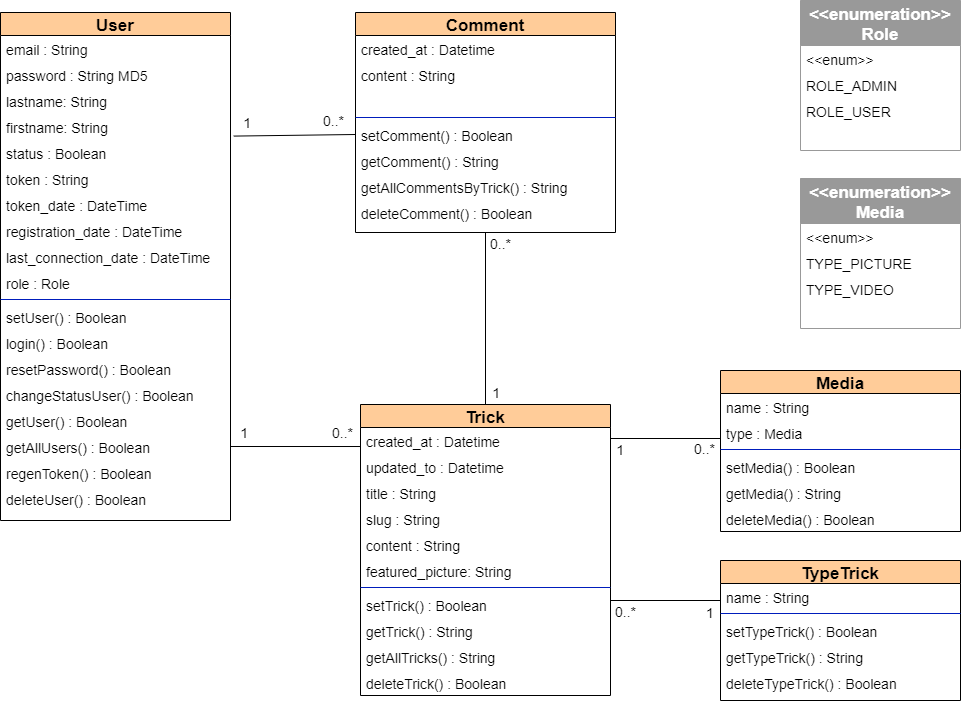
Earlier version of the draw.io export diagrams/P6_UML_DiagrammeClasses.drawio.png (siakamansaly/Community_Website_with_Symfony). Source tidied: cells renumbered, new cells last; positions are measured from the earlier drawing's top-left corner, leaving out a move shared by most shapes.
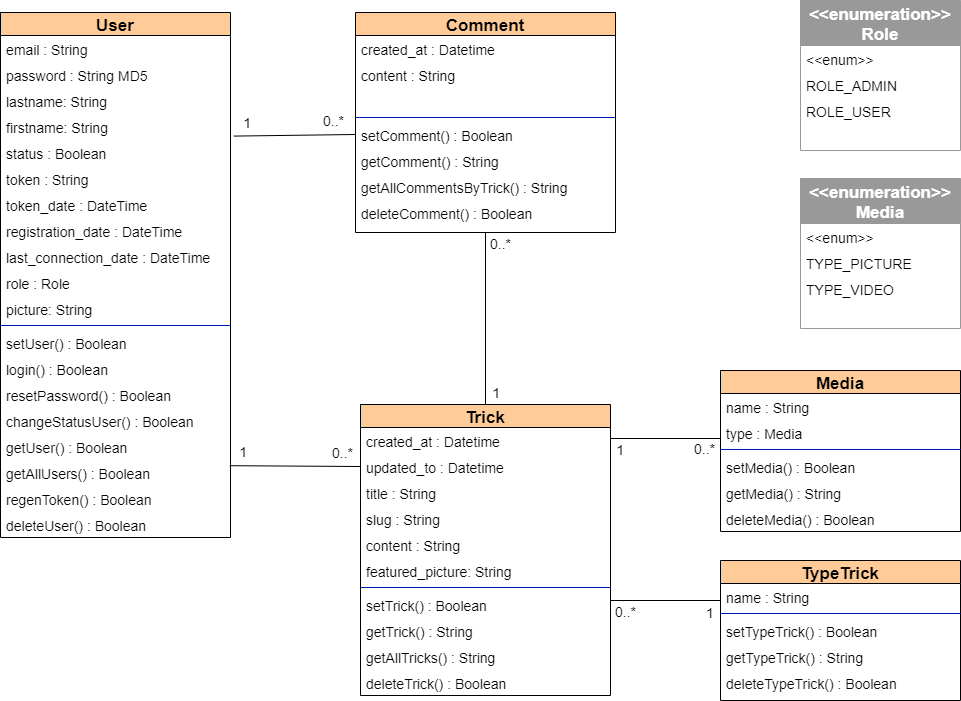
After the change.

What changed in the source:
```diff
@@ -3,7 +3,7 @@
     <mxCell id="0" />
     <mxCell id="1" parent="0" />
     <mxCell id="2" value="User" style="swimlane;fontStyle=1;align=center;verticalAlign=middle;horizontal=1;startSize=23;strokeWidth=1;fontColor=#000000;strokeColor=#000000;fillColor=#FFCC99;spacingTop=-1;spacingLeft=3;spacingRight=3;fontSize=17;" parent="1" vertex="1">
-      <mxGeometry y="12" width="230" height="508" as="geometry" />
+      <mxGeometry y="12" width="230" height="525" as="geometry" />
     </mxCell>
     <mxCell id="3" value="email : String" style="text;align=left;verticalAlign=top;spacingLeft=4;spacingRight=4;overflow=hidden;fontSize=14;" parent="2" vertex="1">
       <mxGeometry y="23" width="230" height="26" as="geometry" />
@@ -35,32 +35,35 @@
     <mxCell id="12" value="role : Role" style="text;align=left;verticalAlign=top;spacingLeft=4;spacingRight=4;overflow=hidden;fontSize=14;" parent="2" vertex="1">
       <mxGeometry y="257" width="230" height="26" as="geometry" />
     </mxCell>
+    <mxCell id="80" value="picture: String" style="text;align=left;verticalAlign=top;spacingLeft=4;spacingRight=4;overflow=hidden;fontSize=14;" parent="2" vertex="1">
+      <mxGeometry y="283" width="230" height="26" as="geometry" />
+    </mxCell>
     <mxCell id="13" style="line;html=1;strokeWidth=1;align=left;verticalAlign=middle;spacingTop=-1;spacingLeft=3;spacingRight=3;labelPosition=right;fontColor=#ffffff;strokeColor=#001DBC;fillColor=#0050ef;fontSize=14;" parent="2" vertex="1">
-      <mxGeometry y="283" width="230" height="8" as="geometry" />
+      <mxGeometry y="309" width="230" height="8" as="geometry" />
     </mxCell>
     <mxCell id="14" value="setUser() : Boolean" style="text;align=left;verticalAlign=top;spacingLeft=4;spacingRight=4;overflow=hidden;fontSize=14;" parent="2" vertex="1">
-      <mxGeometry y="291" width="230" height="26" as="geometry" />
+      <mxGeometry y="317" width="230" height="26" as="geometry" />
     </mxCell>
     <mxCell id="15" value="login() : Boolean" style="text;align=left;verticalAlign=top;spacingLeft=4;spacingRight=4;overflow=hidden;fontSize=14;" parent="2" vertex="1">
-      <mxGeometry y="317" width="230" height="26" as="geometry" />
+      <mxGeometry y="343" width="230" height="26" as="geometry" />
     </mxCell>
     <mxCell id="16" value="resetPassword() : Boolean" style="text;align=left;verticalAlign=top;spacingLeft=4;spacingRight=4;overflow=hidden;fontSize=14;" parent="2" vertex="1">
-      <mxGeometry y="343" width="230" height="26" as="geometry" />
+      <mxGeometry y="369" width="230" height="26" as="geometry" />
     </mxCell>
     <mxCell id="17" value="changeStatusUser() : Boolean" style="text;align=left;verticalAlign=top;spacingLeft=4;spacingRight=4;overflow=hidden;fontSize=14;" parent="2" vertex="1">
-      <mxGeometry y="369" width="230" height="26" as="geometry" />
+      <mxGeometry y="395" width="230" height="26" as="geometry" />
     </mxCell>
     <mxCell id="18" value="getUser() : Boolean" style="text;align=left;verticalAlign=top;spacingLeft=4;spacingRight=4;overflow=hidden;fontSize=14;" parent="2" vertex="1">
-      <mxGeometry y="395" width="230" height="26" as="geometry" />
+      <mxGeometry y="421" width="230" height="26" as="geometry" />
     </mxCell>
     <mxCell id="19" value="getAllUsers() : Boolean" style="text;align=left;verticalAlign=top;spacingLeft=4;spacingRight=4;overflow=hidden;points=[[0,0.5],[1,0.5]];portConstraint=eastwest;fontSize=14;" parent="2" vertex="1">
-      <mxGeometry y="421" width="230" height="26" as="geometry" />
+      <mxGeometry y="447" width="230" height="26" as="geometry" />
     </mxCell>
     <mxCell id="20" value="regenToken() : Boolean" style="text;align=left;verticalAlign=top;spacingLeft=4;spacingRight=4;overflow=hidden;fontSize=14;" parent="2" vertex="1">
-      <mxGeometry y="447" width="230" height="26" as="geometry" />
+      <mxGeometry y="473" width="230" height="26" as="geometry" />
     </mxCell>
     <mxCell id="21" value="deleteUser() : Boolean" style="text;align=left;verticalAlign=top;spacingLeft=4;spacingRight=4;overflow=hidden;fontSize=14;" parent="2" vertex="1">
-      <mxGeometry y="473" width="230" height="26" as="geometry" />
+      <mxGeometry y="499" width="230" height="26" as="geometry" />
     </mxCell>
     <mxCell id="22" value="Trick" style="swimlane;fontStyle=1;align=center;verticalAlign=middle;horizontal=1;startSize=23;strokeWidth=1;fontColor=#000000;strokeColor=#000000;fillColor=#FFCC99;spacingTop=-1;spacingLeft=3;spacingRight=3;fontSize=17;" parent="1" vertex="1">
       <mxGeometry x="360" y="404" width="250" height="291" as="geometry" />
@@ -110,7 +113,7 @@
     <mxCell id="37" value="ROLE_USER" style="text;align=left;verticalAlign=top;spacingLeft=4;spacingRight=4;overflow=hidden;fontSize=14;" parent="34" vertex="1">
       <mxGeometry y="97" width="160" height="26" as="geometry" />
     </mxCell>
-    <mxCell id="38" style="endArrow=none;html=1;rounded=0;fontSize=14;exitX=0.001;exitY=-0.269;exitDx=0;exitDy=0;entryX=1;entryY=0.5;entryDx=0;entryDy=0;exitPerimeter=0;" parent="1" edge="1" source="24" target="19">
+    <mxCell id="38" style="endArrow=none;html=1;rounded=0;fontSize=14;exitX=0;exitY=0.5;exitDx=0;exitDy=0;entryX=0.997;entryY=0.238;entryDx=0;entryDy=0;entryPerimeter=0;" parent="1" edge="1" source="24" target="19">
       <mxGeometry relative="1" as="geometry" />
     </mxCell>
     <mxCell id="39" value="0..*" style="html=1;align=left;verticalAlign=bottom;fontSize=14;" parent="38" vertex="1">
```
